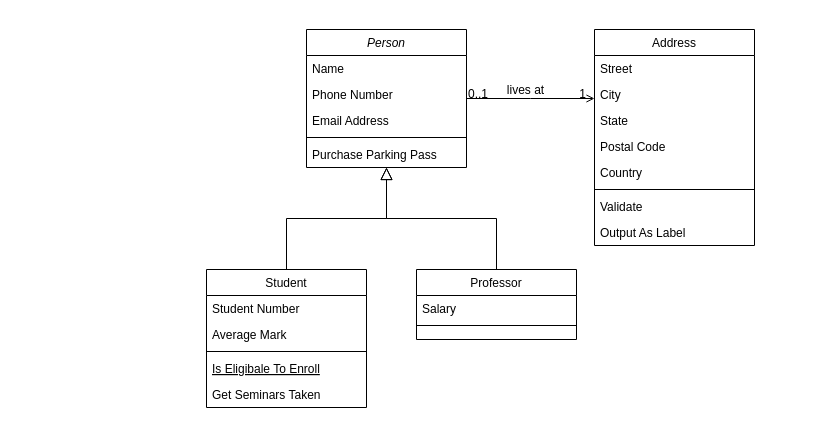
Earlier version of the draw.io diagram Untitled Diagram.drawio (ChrisQA-GB/To-Do-List-WebApplication). Source tidied: cells renumbered, new cells numbered last; positions are measured from the earlier drawing's top-left corner, leaving out a move shared by most shapes. Both pictures are drawn from the tidied source at 100%, with x=0, y=0 at pixel (206, 29).
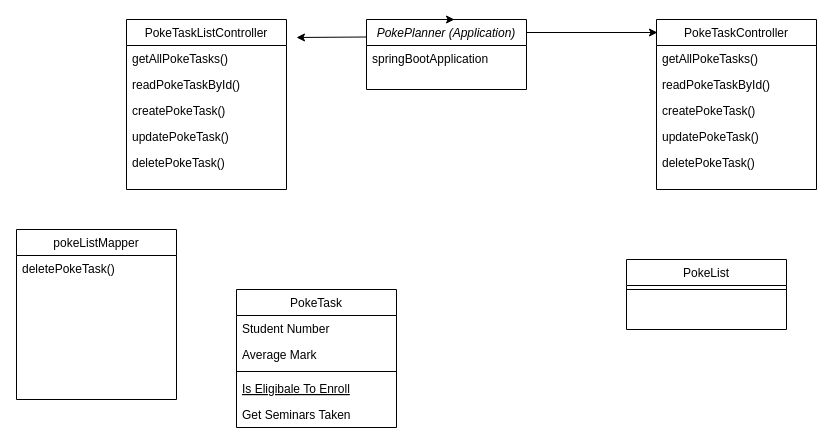
The same diagram, later.

Diff of the diagram source:
```diff
@@
-    <mxCell id="2" value="Person" style="swimlane;fontStyle=2;align=center;verticalAlign=top;horizontal=1;startSize=26;rounded=0;shadow=0;strokeWidth=1;" parent="1" vertex="1">
-      <mxGeometry x="100" width="160" height="138" as="geometry" />
+    <mxCell id="2" value="PokePlanner (Application)" style="swimlane;fontStyle=2;align=center;verticalAlign=top;horizontal=1;startSize=26;rounded=0;shadow=0;strokeWidth=1;" parent="1" vertex="1">
+      <mxGeometry x="160" y="-10" width="160" height="70" as="geometry" />
     </mxCell>
-    <mxCell id="3" value="Name" style="text;align=left;verticalAlign=top;spacingLeft=4;spacingRight=4;overflow=hidden;" parent="2" vertex="1">
+    <mxCell id="3" value="springBootApplication" style="text;align=left;verticalAlign=top;spacingLeft=4;spacingRight=4;overflow=hidden;" parent="2" vertex="1">
       <mxGeometry y="26" width="160" height="26" as="geometry" />
     </mxCell>
-    <mxCell id="4" value="Phone Number" style="text;align=left;verticalAlign=top;spacingLeft=4;spacingRight=4;overflow=hidden;rounded=0;shadow=0;html=0;" parent="2" vertex="1">
-      <mxGeometry y="52" width="160" height="26" as="geometry" />
-    </mxCell>
-    <mxCell id="5" value="Email Address" style="text;align=left;verticalAlign=top;spacingLeft=4;spacingRight=4;overflow=hidden;rounded=0;shadow=0;html=0;" parent="2" vertex="1">
-      <mxGeometry y="78" width="160" height="26" as="geometry" />
-    </mxCell>
-    <mxCell id="6" style="line;html=1;strokeWidth=1;align=left;verticalAlign=middle;spacingTop=-1;spacingLeft=3;spacingRight=3;labelPosition=right;" parent="2" vertex="1">
-      <mxGeometry y="104" width="160" height="8" as="geometry" />
-    </mxCell>
-    <mxCell id="7" value="Purchase Parking Pass" style="text;align=left;verticalAlign=top;spacingLeft=4;spacingRight=4;overflow=hidden;" parent="2" vertex="1">
-      <mxGeometry y="112" width="160" height="26" as="geometry" />
-    </mxCell>
-    <mxCell id="8" value="Student" style="swimlane;fontStyle=0;align=center;verticalAlign=top;horizontal=1;startSize=26;rounded=0;shadow=0;strokeWidth=1;" parent="1" vertex="1">
-      <mxGeometry y="240" width="160" height="138" as="geometry" />
+    <mxCell id="8" value="PokeTask" style="swimlane;fontStyle=0;align=center;verticalAlign=top;horizontal=1;startSize=26;rounded=0;shadow=0;strokeWidth=1;" parent="1" vertex="1">
+      <mxGeometry x="30" y="260" width="160" height="138" as="geometry" />
     </mxCell>
@@
-    <mxCell id="14" style="endArrow=block;endSize=10;endFill=0;shadow=0;strokeWidth=1;rounded=0;edgeStyle=elbowEdgeStyle;elbow=vertical;" parent="1" edge="1" source="8" target="2">
-      <mxGeometry relative="1" as="geometry" />
-    </mxCell>
-    <mxCell id="15" value="Professor" style="swimlane;fontStyle=0;align=center;verticalAlign=top;horizontal=1;startSize=26;rounded=0;shadow=0;strokeWidth=1;" parent="1" vertex="1">
-      <mxGeometry x="210" y="240" width="160" height="70" as="geometry" />
+    <mxCell id="15" value="PokeList" style="swimlane;fontStyle=0;align=center;verticalAlign=top;horizontal=1;startSize=26;rounded=0;shadow=0;strokeWidth=1;" parent="1" vertex="1">
+      <mxGeometry x="420" y="230" width="160" height="70" as="geometry" />
     </mxCell>
-    <mxCell id="16" value="Salary" style="text;align=left;verticalAlign=top;spacingLeft=4;spacingRight=4;overflow=hidden;" parent="15" vertex="1">
-      <mxGeometry y="26" width="160" height="26" as="geometry" />
-    </mxCell>
     <mxCell id="17" style="line;html=1;strokeWidth=1;align=left;verticalAlign=middle;spacingTop=-1;spacingLeft=3;spacingRight=3;labelPosition=right;" parent="15" vertex="1">
-      <mxGeometry y="52" width="160" height="8" as="geometry" />
+      <mxGeometry y="26" width="160" height="8" as="geometry" />
     </mxCell>
-    <mxCell id="18" style="endArrow=block;endSize=10;endFill=0;shadow=0;strokeWidth=1;rounded=0;edgeStyle=elbowEdgeStyle;elbow=vertical;" parent="1" edge="1" source="15" target="2">
-      <mxGeometry relative="1" as="geometry" />
-    </mxCell>
-    <mxCell id="19" value="Address" style="swimlane;fontStyle=0;align=center;verticalAlign=top;horizontal=1;startSize=26;rounded=0;shadow=0;strokeWidth=1;" parent="1" vertex="1">
-      <mxGeometry x="388" width="160" height="216" as="geometry" />
+    <mxCell id="19" value="PokeTaskController" style="swimlane;fontStyle=0;align=center;verticalAlign=top;horizontal=1;startSize=26;rounded=0;shadow=0;strokeWidth=1;" parent="1" vertex="1">
+      <mxGeometry x="450" y="-10" width="160" height="170" as="geometry" />
     </mxCell>
-    <mxCell id="20" value="Street" style="text;align=left;verticalAlign=top;spacingLeft=4;spacingRight=4;overflow=hidden;" parent="19" vertex="1">
+    <mxCell id="20" value="getAllPokeTasks()" style="text;align=left;verticalAlign=top;spacingLeft=4;spacingRight=4;overflow=hidden;" parent="19" vertex="1">
       <mxGeometry y="26" width="160" height="26" as="geometry" />
     </mxCell>
-    <mxCell id="21" value="City" style="text;align=left;verticalAlign=top;spacingLeft=4;spacingRight=4;overflow=hidden;rounded=0;shadow=0;html=0;" parent="19" vertex="1">
+    <mxCell id="21" value="readPokeTaskById()" style="text;align=left;verticalAlign=top;spacingLeft=4;spacingRight=4;overflow=hidden;rounded=0;shadow=0;html=0;" parent="19" vertex="1">
       <mxGeometry y="52" width="160" height="26" as="geometry" />
     </mxCell>
-    <mxCell id="22" value="State" style="text;align=left;verticalAlign=top;spacingLeft=4;spacingRight=4;overflow=hidden;rounded=0;shadow=0;html=0;" parent="19" vertex="1">
+    <mxCell id="22" value="createPokeTask()&#10;" style="text;align=left;verticalAlign=top;spacingLeft=4;spacingRight=4;overflow=hidden;rounded=0;shadow=0;html=0;" parent="19" vertex="1">
       <mxGeometry y="78" width="160" height="26" as="geometry" />
     </mxCell>
-    <mxCell id="23" value="Postal Code" style="text;align=left;verticalAlign=top;spacingLeft=4;spacingRight=4;overflow=hidden;rounded=0;shadow=0;html=0;" parent="19" vertex="1">
+    <mxCell id="23" value="updatePokeTask()" style="text;align=left;verticalAlign=top;spacingLeft=4;spacingRight=4;overflow=hidden;rounded=0;shadow=0;html=0;" parent="19" vertex="1">
       <mxGeometry y="104" width="160" height="26" as="geometry" />
     </mxCell>
-    <mxCell id="24" value="Country" style="text;align=left;verticalAlign=top;spacingLeft=4;spacingRight=4;overflow=hidden;rounded=0;shadow=0;html=0;" parent="19" vertex="1">
+    <mxCell id="24" value="deletePokeTask()" style="text;align=left;verticalAlign=top;spacingLeft=4;spacingRight=4;overflow=hidden;rounded=0;shadow=0;html=0;" parent="19" vertex="1">
       <mxGeometry y="130" width="160" height="26" as="geometry" />
     </mxCell>
-    <mxCell id="25" style="line;html=1;strokeWidth=1;align=left;verticalAlign=middle;spacingTop=-1;spacingLeft=3;spacingRight=3;labelPosition=right;" parent="19" vertex="1">
-      <mxGeometry y="156" width="160" height="8" as="geometry" />
-    </mxCell>
-    <mxCell id="26" value="Validate" style="text;align=left;verticalAlign=top;spacingLeft=4;spacingRight=4;overflow=hidden;" parent="19" vertex="1">
-      <mxGeometry y="164" width="160" height="26" as="geometry" />
-    </mxCell>
-    <mxCell id="27" value="Output As Label" style="text;align=left;verticalAlign=top;spacingLeft=4;spacingRight=4;overflow=hidden;" parent="19" vertex="1">
-      <mxGeometry y="190" width="160" height="26" as="geometry" />
-    </mxCell>
+    <mxCell id="32" style="edgeStyle=orthogonalEdgeStyle;rounded=0;orthogonalLoop=1;jettySize=auto;html=1;exitX=0.5;exitY=0;exitDx=0;exitDy=0;entryX=0.55;entryY=0;entryDx=0;entryDy=0;entryPerimeter=0;" parent="1" edge="1" source="2" target="2">
+      <mxGeometry relative="1" as="geometry" />
+    </mxCell>
-    <mxCell id="28" style="endArrow=open;shadow=0;strokeWidth=1;rounded=0;endFill=1;edgeStyle=elbowEdgeStyle;elbow=vertical;" parent="1" edge="1" source="2" target="19">
-      <mxGeometry x="0.5" y="41" relative="1" as="geometry">
-        <mxPoint x="-40" y="32" as="offset" />
-      </mxGeometry>
+    <mxCell id="28" style="edgeStyle=elbowEdgeStyle;elbow=vertical;endArrow=classic;html=1;entryX=0.006;entryY=0.074;entryDx=0;entryDy=0;entryPerimeter=0;" parent="1" edge="1" source="2" target="19">
+      <mxGeometry relative="1" as="geometry" />
     </mxCell>
-    <mxCell id="29" value="0..1" style="align=left;verticalAlign=bottom;labelBackgroundColor=none;fontSize=12;" parent="28" vertex="1">
-      <mxGeometry x="-1" relative="1" as="geometry">
-        <mxPoint y="4" as="offset" />
-      </mxGeometry>
-    </mxCell>
-    <mxCell id="30" value="1" style="align=right;verticalAlign=bottom;labelBackgroundColor=none;fontSize=12;" parent="28" vertex="1">
-      <mxGeometry x="1" relative="1" as="geometry">
-        <mxPoint x="-7" y="4" as="offset" />
-      </mxGeometry>
-    </mxCell>
-    <mxCell id="31" value="lives at" style="text;html=1;align=center;verticalAlign=middle;labelBackgroundColor=none;rounded=0;shadow=0;strokeWidth=1;fontSize=12;" parent="28" vertex="1">
-      <mxGeometry x="0.5" y="49" relative="1" as="geometry">
-        <mxPoint x="-38" y="40" as="offset" />
-      </mxGeometry>
-    </mxCell>
+    <mxCell id="33" style="edgeStyle=elbowEdgeStyle;elbow=vertical;endArrow=classic;html=1;exitX=0;exitY=0.25;exitDx=0;exitDy=0;" parent="1" edge="1" source="2">
+      <mxGeometry relative="1" as="geometry">
+        <mxPoint x="90" y="8" as="targetPoint" />
+      </mxGeometry>
+    </mxCell>
+    <mxCell id="34" value="PokeTaskListController" style="swimlane;fontStyle=0;align=center;verticalAlign=top;horizontal=1;startSize=26;rounded=0;shadow=0;strokeWidth=1;" parent="1" vertex="1">
+      <mxGeometry x="-80" y="-10" width="160" height="170" as="geometry" />
+    </mxCell>
+    <mxCell id="35" value="getAllPokeTasks()" style="text;align=left;verticalAlign=top;spacingLeft=4;spacingRight=4;overflow=hidden;" parent="34" vertex="1">
+      <mxGeometry y="26" width="160" height="26" as="geometry" />
+    </mxCell>
+    <mxCell id="36" value="readPokeTaskById()" style="text;align=left;verticalAlign=top;spacingLeft=4;spacingRight=4;overflow=hidden;rounded=0;shadow=0;html=0;" parent="34" vertex="1">
+      <mxGeometry y="52" width="160" height="26" as="geometry" />
+    </mxCell>
+    <mxCell id="37" value="createPokeTask()&#10;" style="text;align=left;verticalAlign=top;spacingLeft=4;spacingRight=4;overflow=hidden;rounded=0;shadow=0;html=0;" parent="34" vertex="1">
+      <mxGeometry y="78" width="160" height="26" as="geometry" />
+    </mxCell>
+    <mxCell id="38" value="updatePokeTask()" style="text;align=left;verticalAlign=top;spacingLeft=4;spacingRight=4;overflow=hidden;rounded=0;shadow=0;html=0;" parent="34" vertex="1">
+      <mxGeometry y="104" width="160" height="26" as="geometry" />
+    </mxCell>
+    <mxCell id="39" value="deletePokeTask()" style="text;align=left;verticalAlign=top;spacingLeft=4;spacingRight=4;overflow=hidden;rounded=0;shadow=0;html=0;" parent="34" vertex="1">
+      <mxGeometry y="130" width="160" height="26" as="geometry" />
+    </mxCell>
+    <mxCell id="40" value="pokeListMapper" style="swimlane;fontStyle=0;align=center;verticalAlign=top;horizontal=1;startSize=26;rounded=0;shadow=0;strokeWidth=1;" parent="1" vertex="1">
+      <mxGeometry x="-190" y="200" width="160" height="170" as="geometry" />
+    </mxCell>
+    <mxCell id="41" value="deletePokeTask()" style="text;align=left;verticalAlign=top;spacingLeft=4;spacingRight=4;overflow=hidden;rounded=0;shadow=0;html=0;" parent="40" vertex="1">
+      <mxGeometry y="26" width="160" height="26" as="geometry" />
+    </mxCell>
```
